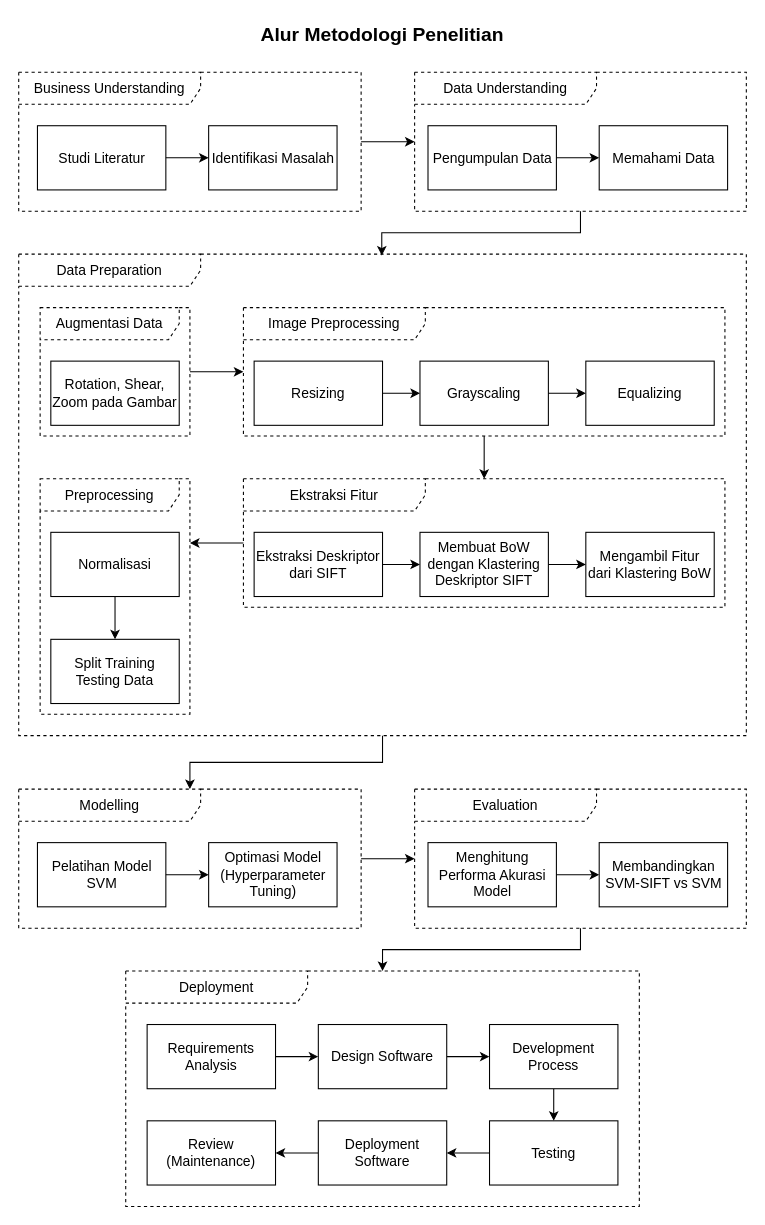
Above: page "Metodologi" (1 of 10) of Tugas Akhir.drawio in RTAgung/tugas-akhir (draw.io), before the change. Source tidied: cells renumbered, new cells numbered last; positions are measured from the earlier drawing's top-left corner, leaving out a move shared by most shapes. Both pictures are drawn from the tidied source at 107%, with x=0, y=0 at pixel (18, 18).
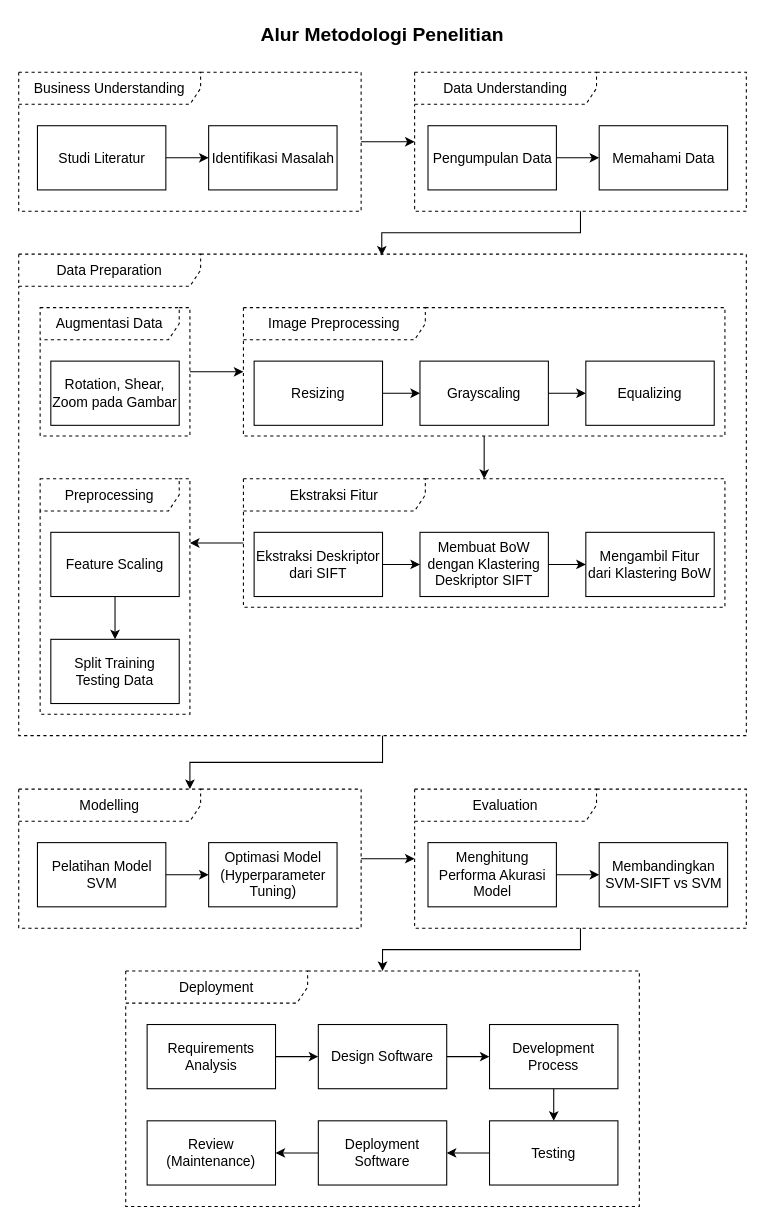
The same page after the edit.

What changed in the source:
```diff
@@
-    <mxCell id="37" value="Normalisasi" style="rounded=0;whiteSpace=wrap;html=1;fontSize=13;strokeWidth=1;" parent="1" vertex="1">
+    <mxCell id="37" value="Feature Scaling" style="rounded=0;whiteSpace=wrap;html=1;fontSize=13;strokeWidth=1;" parent="1" vertex="1">
       <mxGeometry x="30" y="480" width="120" height="60" as="geometry" />
     </mxCell>
```
